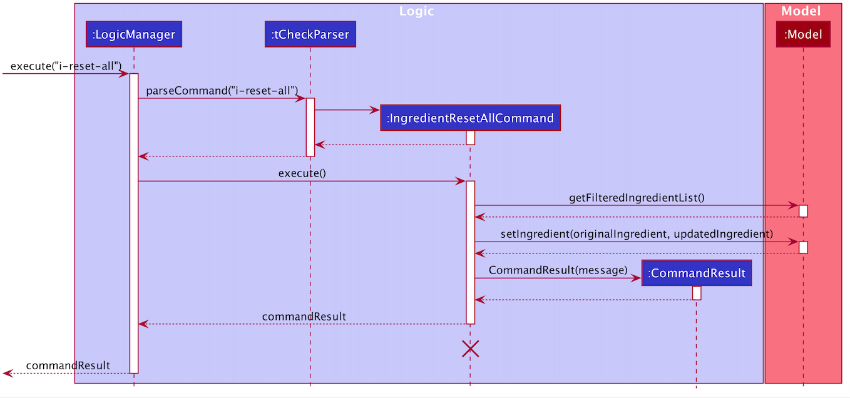
nus-cs2103-AY2021S1/tp keeps this PlantUML diagram as docs/images/IngredientResetAllSequenceDiagram.png. Above is the earlier version. Its source is kept beside it as docs/diagrams/IngredientResetAllSequenceDiagram.puml. Source of this version:
```plantuml
@startuml
!include style.puml

box Logic LOGIC_COLOR_T1
participant ":LogicManager" as LogicManager LOGIC_COLOR
participant ":tCheckParser" as tCheckParser LOGIC_COLOR
participant ":IngredientResetAllCommand" as IngredientResetAllCommand LOGIC_COLOR
participant ":CommandResult" as CommandResult LOGIC_COLOR
end box

box Model MODEL_COLOR_T1
participant ":Model" as Model MODEL_COLOR
end box
[-> LogicManager : execute("i-reset-all")
activate LogicManager

LogicManager -> tCheckParser : parseCommand("i-reset-all")
activate tCheckParser

create IngredientResetAllCommand
tCheckParser -> IngredientResetAllCommand
activate IngredientResetAllCommand

IngredientResetAllCommand --> tCheckParser
deactivate IngredientResetAllCommand

tCheckParser --> LogicManager :
deactivate tCheckParser

LogicManager -> IngredientResetAllCommand : execute()
activate IngredientResetAllCommand

IngredientResetAllCommand -> Model : getFilteredIngredientList()
activate Model

Model --> IngredientResetAllCommand :
deactivate Model

IngredientResetAllCommand -> Model : setIngredient(originalIngredient, updatedIngredient)
activate Model

Model --> IngredientResetAllCommand :
deactivate Model

create CommandResult
IngredientResetAllCommand -> CommandResult : CommandResult(message)
activate CommandResult

CommandResult --> IngredientResetAllCommand
deactivate CommandResult

IngredientResetAllCommand --> LogicManager :commandResult
deactivate IngredientResetAllCommand

IngredientResetAllCommand -[hidden]-> LogicManager : result
destroy IngredientResetAllCommand

[<--LogicManager : commandResult
deactivate LogicManager
@enduml
```
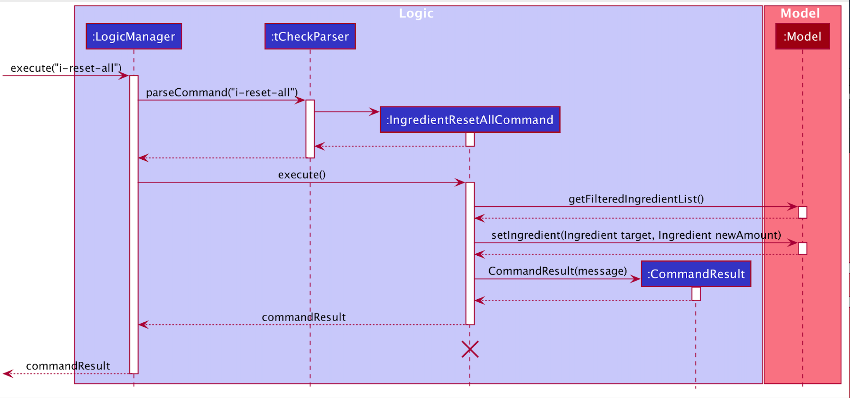
After the commit.

The edit, as a diff of the source:
```diff
@@ -36,7 +36,7 @@
 Model --> IngredientResetAllCommand :
 deactivate Model
 
-IngredientResetAllCommand -> Model : setIngredient(originalIngredient, updatedIngredient)
+IngredientResetAllCommand -> Model : setIngredient(Ingredient target, Ingredient newAmount)
 activate Model
 
 Model --> IngredientResetAllCommand :
```
